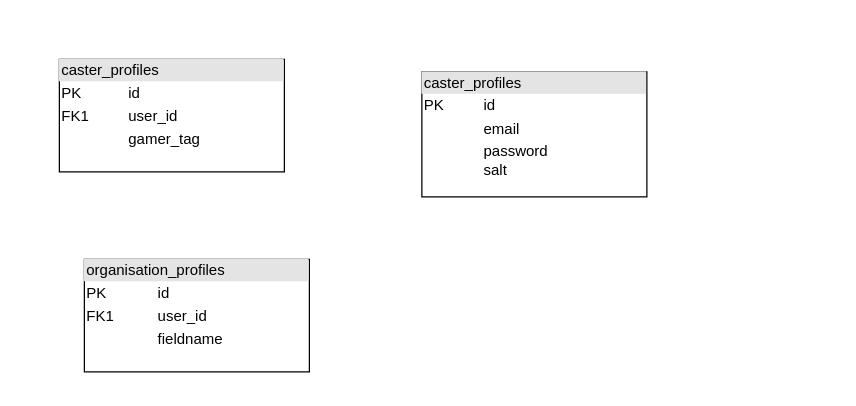
Before: page "DB Schema" (1 of 6) of diagrams/User_db_class.drawio in riv4lz/riv4lz-backend, a draw.io diagram. Source tidied: cells renumbered, new cells numbered last; positions are measured from the earlier drawing's top-left corner, leaving out a move shared by most shapes. Both pictures are drawn from the tidied source at 125%, with x=0, y=0 at pixel (59, 59).
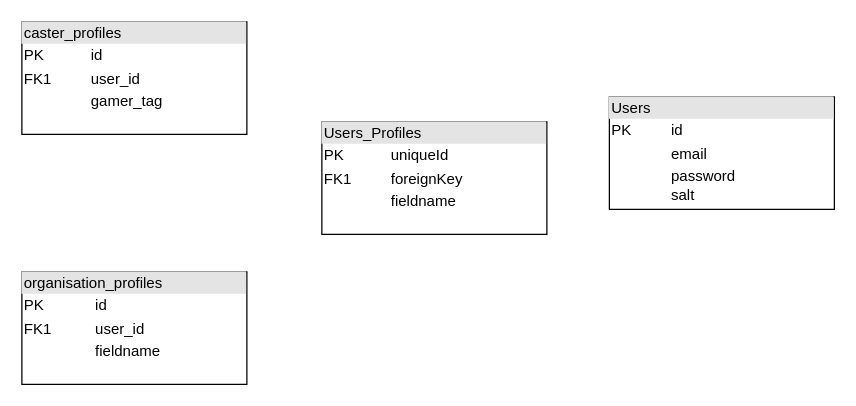
Above is the later version.

The edit, as a diff of the source:
```diff
@@
 <mxGraphModel>
   <root>
     <mxCell id="0" />
     <mxCell id="1" parent="0" />
     <mxCell id="2" value="&lt;div style=&quot;box-sizing: border-box ; width: 100% ; background: #e4e4e4 ; padding: 2px&quot;&gt;caster_profiles&lt;/div&gt;&lt;table style=&quot;width: 100% ; font-size: 1em&quot; cellpadding=&quot;2&quot; cellspacing=&quot;0&quot;&gt;&lt;tbody&gt;&lt;tr&gt;&lt;td&gt;PK&lt;/td&gt;&lt;td&gt;id&lt;/td&gt;&lt;/tr&gt;&lt;tr&gt;&lt;td&gt;FK1&lt;/td&gt;&lt;td&gt;user_id&lt;/td&gt;&lt;/tr&gt;&lt;tr&gt;&lt;td&gt;&lt;/td&gt;&lt;td&gt;gamer_tag&lt;/td&gt;&lt;/tr&gt;&lt;/tbody&gt;&lt;/table&gt;" style="verticalAlign=top;align=left;overflow=fill;html=1;" parent="1" vertex="1">
-      <mxGeometry width="180" height="90" as="geometry" />
+      <mxGeometry x="-30" y="-30" width="180" height="90" as="geometry" />
     </mxCell>
     <mxCell id="3" value="&lt;div style=&quot;box-sizing: border-box ; width: 100% ; background: #e4e4e4 ; padding: 2px&quot;&gt;organisation_profiles&lt;/div&gt;&lt;table style=&quot;width: 100% ; font-size: 1em&quot; cellpadding=&quot;2&quot; cellspacing=&quot;0&quot;&gt;&lt;tbody&gt;&lt;tr&gt;&lt;td&gt;PK&lt;/td&gt;&lt;td&gt;id&lt;/td&gt;&lt;/tr&gt;&lt;tr&gt;&lt;td&gt;FK1&lt;/td&gt;&lt;td&gt;user_id&lt;/td&gt;&lt;/tr&gt;&lt;tr&gt;&lt;td&gt;&lt;/td&gt;&lt;td&gt;fieldname&lt;/td&gt;&lt;/tr&gt;&lt;/tbody&gt;&lt;/table&gt;" style="verticalAlign=top;align=left;overflow=fill;html=1;" parent="1" vertex="1">
-      <mxGeometry x="20" y="160" width="180" height="90" as="geometry" />
+      <mxGeometry x="-30" y="170" width="180" height="90" as="geometry" />
     </mxCell>
-    <mxCell id="4" value="&lt;div style=&quot;box-sizing: border-box ; width: 100% ; background: #e4e4e4 ; padding: 2px&quot;&gt;caster_profiles&lt;/div&gt;&lt;table style=&quot;width: 100% ; font-size: 1em&quot; cellpadding=&quot;2&quot; cellspacing=&quot;0&quot;&gt;&lt;tbody&gt;&lt;tr&gt;&lt;td&gt;PK&lt;/td&gt;&lt;td&gt;id&lt;/td&gt;&lt;/tr&gt;&lt;tr&gt;&lt;td&gt;&lt;br&gt;&lt;/td&gt;&lt;td&gt;email&lt;/td&gt;&lt;/tr&gt;&lt;tr&gt;&lt;td&gt;&lt;/td&gt;&lt;td&gt;password&lt;br&gt;salt&lt;/td&gt;&lt;/tr&gt;&lt;/tbody&gt;&lt;/table&gt;" style="verticalAlign=top;align=left;overflow=fill;html=1;" parent="1" vertex="1">
-      <mxGeometry x="290" y="10" width="180" height="100" as="geometry" />
+    <mxCell id="4" value="&lt;div style=&quot;box-sizing: border-box ; width: 100% ; background: #e4e4e4 ; padding: 2px&quot;&gt;Users&lt;/div&gt;&lt;table style=&quot;width: 100% ; font-size: 1em&quot; cellpadding=&quot;2&quot; cellspacing=&quot;0&quot;&gt;&lt;tbody&gt;&lt;tr&gt;&lt;td&gt;PK&lt;/td&gt;&lt;td&gt;id&lt;/td&gt;&lt;/tr&gt;&lt;tr&gt;&lt;td&gt;&lt;br&gt;&lt;/td&gt;&lt;td&gt;email&lt;/td&gt;&lt;/tr&gt;&lt;tr&gt;&lt;td&gt;&lt;/td&gt;&lt;td&gt;password&lt;br&gt;salt&lt;/td&gt;&lt;/tr&gt;&lt;/tbody&gt;&lt;/table&gt;" style="verticalAlign=top;align=left;overflow=fill;html=1;" parent="1" vertex="1">
+      <mxGeometry x="440" y="30" width="180" height="90" as="geometry" />
     </mxCell>
+    <mxCell id="5" value="&lt;div style=&quot;box-sizing: border-box ; width: 100% ; background: #e4e4e4 ; padding: 2px&quot;&gt;Users_Profiles&lt;/div&gt;&lt;table style=&quot;width: 100% ; font-size: 1em&quot; cellpadding=&quot;2&quot; cellspacing=&quot;0&quot;&gt;&lt;tbody&gt;&lt;tr&gt;&lt;td&gt;PK&lt;/td&gt;&lt;td&gt;uniqueId&lt;/td&gt;&lt;/tr&gt;&lt;tr&gt;&lt;td&gt;FK1&lt;/td&gt;&lt;td&gt;foreignKey&lt;/td&gt;&lt;/tr&gt;&lt;tr&gt;&lt;td&gt;&lt;/td&gt;&lt;td&gt;fieldname&lt;/td&gt;&lt;/tr&gt;&lt;/tbody&gt;&lt;/table&gt;" style="verticalAlign=top;align=left;overflow=fill;html=1;" parent="1" vertex="1">
+      <mxGeometry x="210" y="50" width="180" height="90" as="geometry" />
+    </mxCell>
   </root>
 </mxGraphModel>
```
